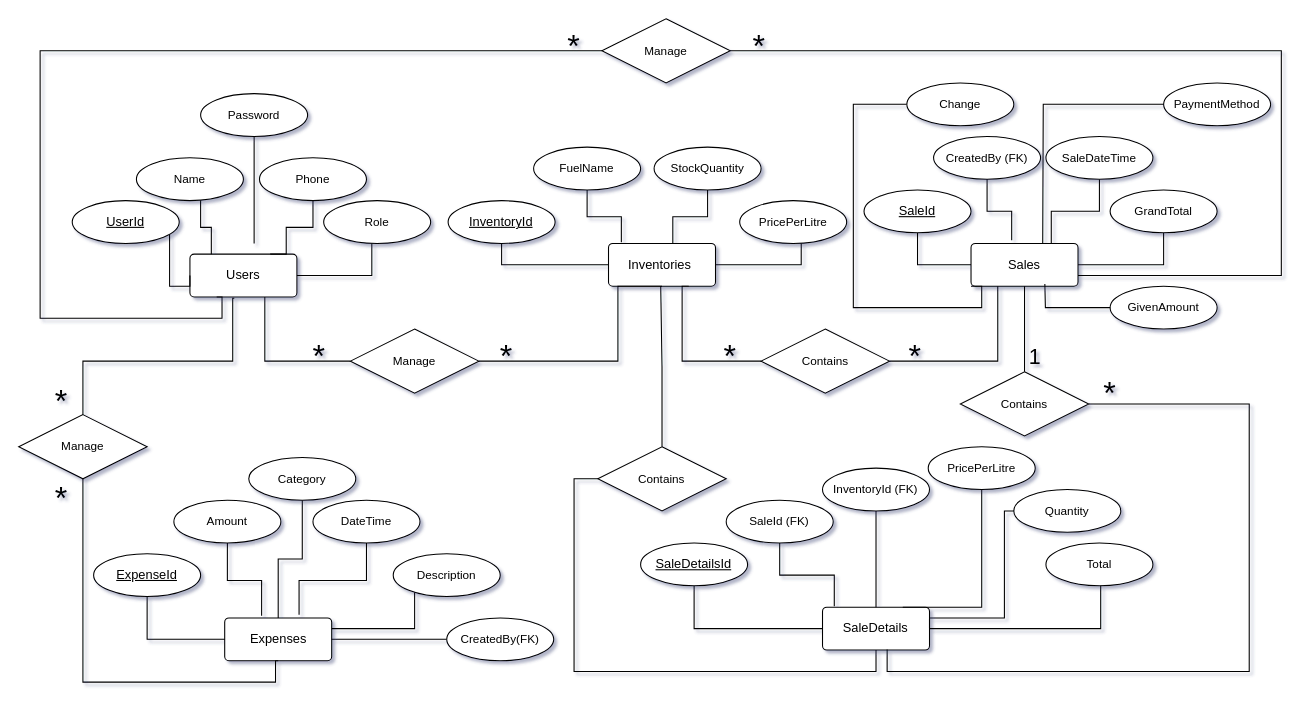
faysal-ahammed-chowdhury/Filling-Station-Management keeps this draw.io diagram as miscellaneous/DB/ER_Diagram.drawio. Above is the earlier version. Source tidied: cells renumbered, new cells numbered last; positions are measured from the earlier drawing's top-left corner, leaving out a move shared by most shapes. Both pictures are drawn from the tidied source at 107%, with x=0, y=0 at pixel (-46, 18).
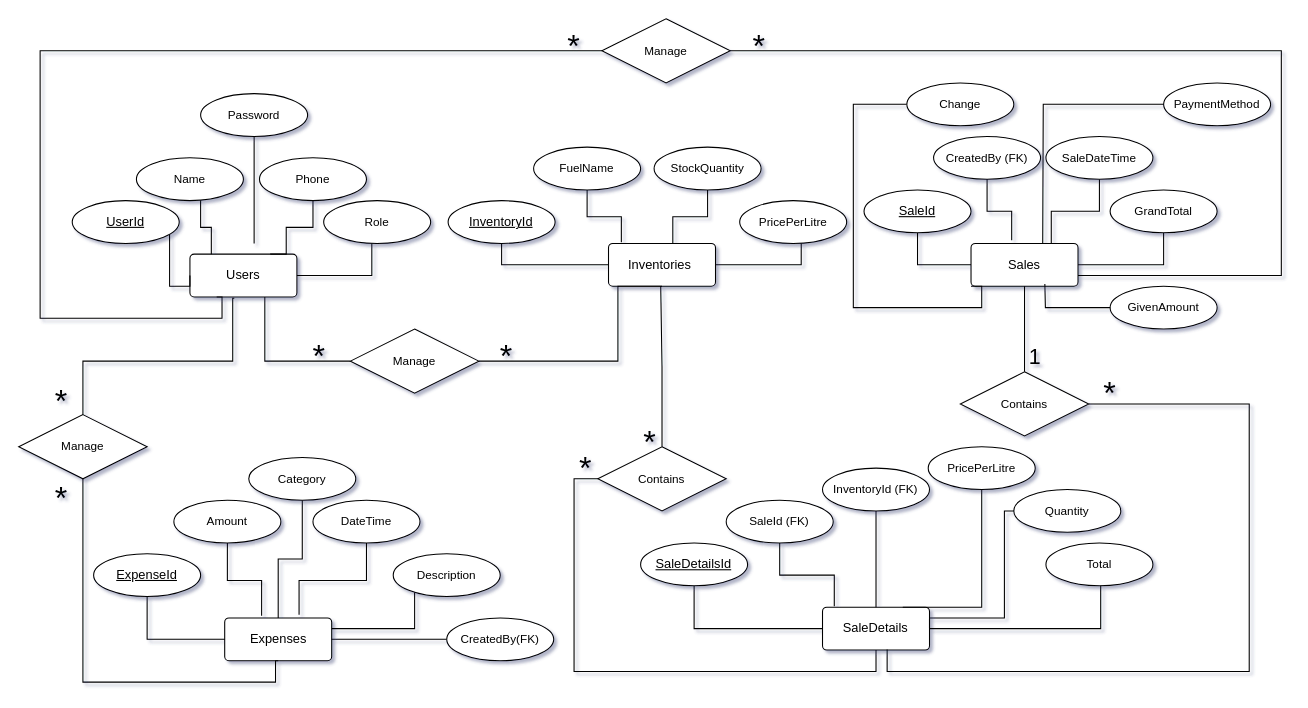
The same page after the edit.

The change refers to these unchanged cells:
```xml
<mxCell id="16" value="Inventories&amp;nbsp;" style="rounded=1;arcSize=10;whiteSpace=wrap;html=1;align=center;" parent="1" vertex="1">
  <mxGeometry x="611.2" y="210" width="100" height="40" as="geometry" />
</mxCell>
<mxCell id="25" value="Sales" style="rounded=1;arcSize=10;whiteSpace=wrap;html=1;align=center;" parent="1" vertex="1">
  <mxGeometry x="950" y="210" width="100" height="40" as="geometry" />
</mxCell>
```

Change to the diagram source:
```diff
@@
-    <mxCell id="65" style="edgeStyle=orthogonalEdgeStyle;shape=connector;rounded=0;jettySize=auto;html=1;entryX=0.25;entryY=1;entryDx=0;entryDy=0;strokeColor=default;align=center;verticalAlign=middle;fontFamily=Helvetica;fontSize=11;fontColor=default;labelBackgroundColor=default;endArrow=none;endFill=0;" parent="1" edge="1" source="67" target="25">
-      <mxGeometry relative="1" as="geometry" />
-    </mxCell>
-    <mxCell id="66" style="edgeStyle=orthogonalEdgeStyle;shape=connector;rounded=0;jettySize=auto;html=1;entryX=0.75;entryY=1;entryDx=0;entryDy=0;strokeColor=default;align=center;verticalAlign=middle;fontFamily=Helvetica;fontSize=11;fontColor=default;labelBackgroundColor=default;endArrow=none;endFill=0;" parent="1" edge="1" source="67" target="16">
-      <mxGeometry relative="1" as="geometry">
-        <Array as="points">
-          <mxPoint x="680" y="320" />
-          <mxPoint x="680" y="250" />
-        </Array>
-      </mxGeometry>
-    </mxCell>
-    <mxCell id="67" value="Contains" style="shape=rhombus;perimeter=rhombusPerimeter;whiteSpace=wrap;html=1;align=center;fontFamily=Helvetica;fontSize=11;fontColor=default;labelBackgroundColor=default;" parent="1" vertex="1">
-      <mxGeometry x="753.8" y="290" width="120" height="60" as="geometry" />
-    </mxCell>
@@
     <mxCell id="86" value="&lt;font style=&quot;font-size: 30px;&quot;&gt;*&lt;/font&gt;" style="text;html=1;align=center;verticalAlign=middle;whiteSpace=wrap;rounded=0;" parent="1" vertex="1">
-      <mxGeometry x="695" y="300" width="60" height="30" as="geometry" />
+      <mxGeometry x="620" y="380" width="60" height="30" as="geometry" />
     </mxCell>
     <mxCell id="87" value="&lt;font style=&quot;font-size: 30px;&quot;&gt;*&lt;/font&gt;" style="text;html=1;align=center;verticalAlign=middle;whiteSpace=wrap;rounded=0;" parent="1" vertex="1">
-      <mxGeometry x="868" y="300" width="60" height="30" as="geometry" />
+      <mxGeometry x="560" y="405" width="60" height="30" as="geometry" />
     </mxCell>
```
